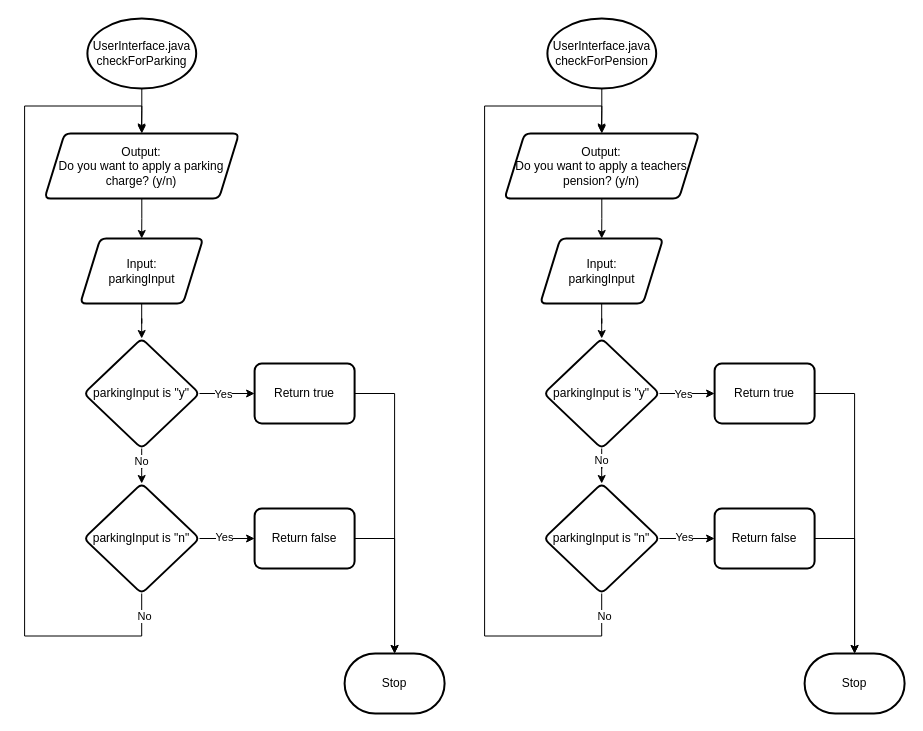
This is report/flowcharts/designs/userInterface2-coursework2.drawio from Sherman5A/usw-pop-coursework-1-task-2, a draw.io file, before an edit. Source tidied: cells renumbered, new cells numbered last; positions are measured from the earlier drawing's top-left corner, leaving out a move shared by most shapes. Both pictures are drawn from the tidied source at 100%, with x=0, y=0 at pixel (24, 18).
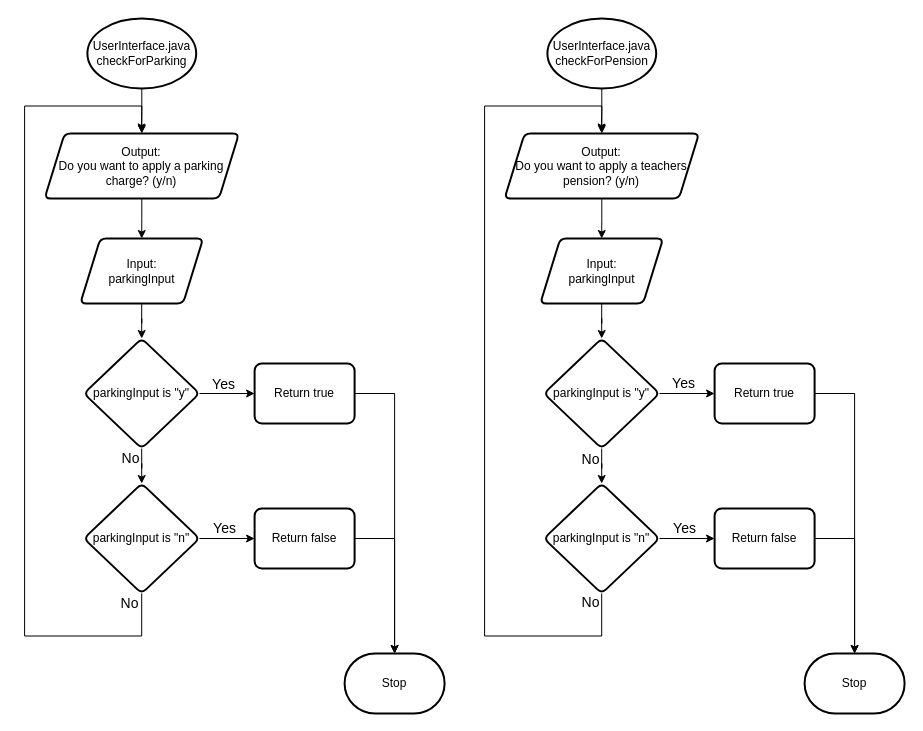
The same diagram, later.

The change refers to these unchanged cells:
```xml
<mxCell id="8" style="edgeStyle=orthogonalEdgeStyle;rounded=0;jettySize=auto;html=1;exitX=1;exitY=0.5;exitDx=0;exitDy=0;" parent="1" edge="1" source="12" target="13">
  <mxGeometry relative="1" as="geometry" />
</mxCell>
<mxCell id="10" style="edgeStyle=orthogonalEdgeStyle;rounded=0;jettySize=auto;html=1;" parent="1" edge="1" source="12" target="18">
  <mxGeometry relative="1" as="geometry" />
</mxCell>
<mxCell id="14" style="edgeStyle=orthogonalEdgeStyle;rounded=0;jettySize=auto;html=1;" parent="1" edge="1" source="18" target="19">
  <mxGeometry relative="1" as="geometry" />
</mxCell>
<mxCell id="16" style="edgeStyle=orthogonalEdgeStyle;rounded=0;jettySize=auto;html=1;entryX=0.5;entryY=0;entryDx=0;entryDy=0;exitX=0.5;exitY=1;exitDx=0;exitDy=0;" parent="1" edge="1" source="18" target="5">
  <mxGeometry relative="1" as="geometry">
    <Array as="points">
      <mxPoint x="117.1" y="617.5" />
      <mxPoint x="0.1" y="617.5" />
      <mxPoint x="0.1" y="87.5" />
      <mxPoint x="117.1" y="87.5" />
    </Array>
  </mxGeometry>
</mxCell>
<mxCell id="29" style="edgeStyle=orthogonalEdgeStyle;rounded=0;jettySize=auto;html=1;exitX=1;exitY=0.5;exitDx=0;exitDy=0;" parent="1" edge="1" source="33" target="34">
  <mxGeometry relative="1" as="geometry" />
</mxCell>
<mxCell id="31" style="edgeStyle=orthogonalEdgeStyle;rounded=0;jettySize=auto;html=1;" parent="1" edge="1" source="33" target="39">
  <mxGeometry relative="1" as="geometry" />
</mxCell>
<mxCell id="35" style="edgeStyle=orthogonalEdgeStyle;rounded=0;jettySize=auto;html=1;" parent="1" edge="1" source="39" target="40">
  <mxGeometry relative="1" as="geometry" />
</mxCell>
<mxCell id="37" style="edgeStyle=orthogonalEdgeStyle;rounded=0;jettySize=auto;html=1;entryX=0.5;entryY=0;entryDx=0;entryDy=0;exitX=0.5;exitY=1;exitDx=0;exitDy=0;" parent="1" edge="1" source="39" target="26">
  <mxGeometry relative="1" as="geometry">
    <Array as="points">
      <mxPoint x="577.1" y="617.5" />
      <mxPoint x="460.1" y="617.5" />
      <mxPoint x="460.1" y="87.5" />
      <mxPoint x="577.1" y="87.5" />
    </Array>
  </mxGeometry>
</mxCell>
```

Diff of the diagram source:
```diff
@@
-    <mxCell id="9" value="Yes" style="edgeLabel;html=1;align=center;verticalAlign=middle;" parent="8" vertex="1">
-      <mxGeometry x="-0.15" relative="1" as="geometry" />
+    <mxCell id="9" value="Yes" style="edgeLabel;html=1;align=center;verticalAlign=middle;labelBackgroundColor=none;fontSize=14;" parent="8" vertex="1">
+      <mxGeometry x="-0.15" relative="1" as="geometry">
+        <mxPoint y="-10" as="offset" />
+      </mxGeometry>
     </mxCell>
@@
-    <mxCell id="11" value="No" style="edgeLabel;html=1;align=center;verticalAlign=middle;" parent="10" vertex="1">
-      <mxGeometry x="-0.48" y="-1" relative="1" as="geometry" />
+    <mxCell id="11" value="No" style="edgeLabel;html=1;align=center;verticalAlign=middle;labelBackgroundColor=none;fontSize=14;" parent="10" vertex="1">
+      <mxGeometry x="-0.48" y="-1" relative="1" as="geometry">
+        <mxPoint x="-11" y="-3" as="offset" />
+      </mxGeometry>
     </mxCell>
@@
-    <mxCell id="15" value="Yes" style="edgeLabel;html=1;align=center;verticalAlign=middle;" parent="14" vertex="1">
-      <mxGeometry x="-0.13" y="2" relative="1" as="geometry" />
+    <mxCell id="15" value="Yes" style="edgeLabel;html=1;align=center;verticalAlign=middle;labelBackgroundColor=none;fontSize=14;" parent="14" vertex="1">
+      <mxGeometry x="-0.13" y="2" relative="1" as="geometry">
+        <mxPoint y="-9" as="offset" />
+      </mxGeometry>
     </mxCell>
@@
-    <mxCell id="17" value="No" style="edgeLabel;html=1;align=center;verticalAlign=middle;" parent="16" vertex="1">
+    <mxCell id="17" value="No" style="edgeLabel;html=1;align=center;verticalAlign=middle;fontSize=14;labelBackgroundColor=none;" parent="16" vertex="1">
       <mxGeometry x="-0.87" y="-1" relative="1" as="geometry">
-        <mxPoint x="14" y="-19" as="offset" />
+        <mxPoint x="-1" y="-32" as="offset" />
       </mxGeometry>
     </mxCell>
@@
-    <mxCell id="30" value="Yes" style="edgeLabel;html=1;align=center;verticalAlign=middle;" parent="29" vertex="1">
-      <mxGeometry x="-0.15" relative="1" as="geometry" />
+    <mxCell id="30" value="Yes" style="edgeLabel;html=1;align=center;verticalAlign=middle;labelBackgroundColor=none;fontSize=14;" parent="29" vertex="1">
+      <mxGeometry x="-0.15" relative="1" as="geometry">
+        <mxPoint y="-11" as="offset" />
+      </mxGeometry>
     </mxCell>
@@
-    <mxCell id="32" value="No" style="edgeLabel;html=1;align=center;verticalAlign=middle;" parent="31" vertex="1">
-      <mxGeometry x="-0.48" y="-1" relative="1" as="geometry" />
+    <mxCell id="32" value="No" style="edgeLabel;html=1;align=center;verticalAlign=middle;fontSize=14;labelBackgroundColor=none;" parent="31" vertex="1">
+      <mxGeometry x="-0.48" y="-1" relative="1" as="geometry">
+        <mxPoint x="-11" y="-1" as="offset" />
+      </mxGeometry>
     </mxCell>
@@
-    <mxCell id="36" value="Yes" style="edgeLabel;html=1;align=center;verticalAlign=middle;" parent="35" vertex="1">
-      <mxGeometry x="-0.13" y="2" relative="1" as="geometry" />
+    <mxCell id="36" value="Yes" style="edgeLabel;html=1;align=center;verticalAlign=middle;labelBackgroundColor=none;fontSize=14;" parent="35" vertex="1">
+      <mxGeometry x="-0.13" y="2" relative="1" as="geometry">
+        <mxPoint y="-9" as="offset" />
+      </mxGeometry>
     </mxCell>
@@
-    <mxCell id="38" value="No" style="edgeLabel;html=1;align=center;verticalAlign=middle;" parent="37" vertex="1">
+    <mxCell id="38" value="No" style="edgeLabel;html=1;align=center;verticalAlign=middle;fontSize=14;labelBackgroundColor=none;" parent="37" vertex="1">
       <mxGeometry x="-0.87" y="-1" relative="1" as="geometry">
-        <mxPoint x="14" y="-19" as="offset" />
+        <mxPoint y="-33" as="offset" />
       </mxGeometry>
     </mxCell>
```
